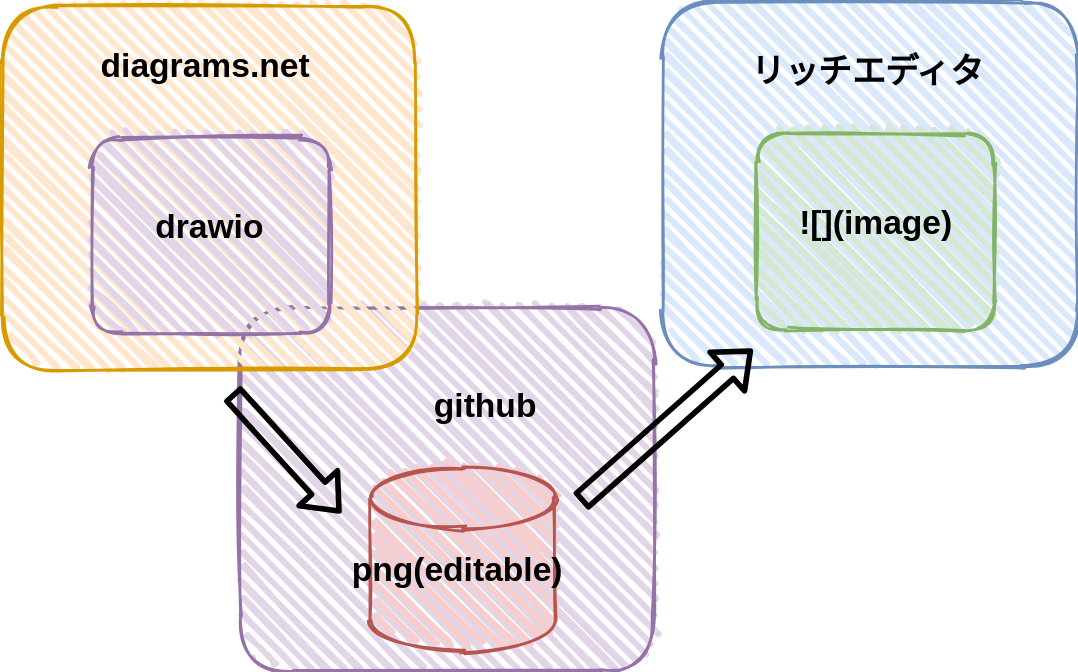
hankei6km/test_diagram.drawio keeps this draw.io diagram as save-as-editable-image.svg. Above is the earlier version. Source tidied: cells renumbered, new cells last; positions are measured from the earlier drawing's top-left corner, leaving out a move shared by most shapes. The source it was exported from:
```xml
<mxGraphModel>
  <root>
    <mxCell id="0" />
    <mxCell id="1" parent="0" />
    <mxCell id="2" style="rounded=1;whiteSpace=wrap;html=1;strokeWidth=2;fillWeight=4;hachureGap=8;hachureAngle=45;fillColor=#e1d5e7;sketch=1;strokeColor=#9673a6;fontStyle=1;" parent="1" vertex="1">
      <mxGeometry x="170" y="218" width="296" height="260" as="geometry" />
    </mxCell>
    <mxCell id="3" style="rounded=1;whiteSpace=wrap;html=1;strokeWidth=2;fillWeight=4;hachureGap=8;hachureAngle=45;fillColor=#ffe6cc;sketch=1;strokeColor=#d79b00;" parent="1" vertex="1">
      <mxGeometry y="3" width="296" height="260" as="geometry" />
    </mxCell>
    <mxCell id="4" style="rounded=1;whiteSpace=wrap;html=1;strokeWidth=2;fillWeight=4;hachureGap=8;hachureAngle=45;fillColor=#dae8fc;sketch=1;strokeColor=#6c8ebf;" parent="1" vertex="1">
      <mxGeometry x="472" width="296" height="260" as="geometry" />
    </mxCell>
    <mxCell id="5" value="リッチエディタ&lt;br&gt;" style="text;strokeColor=none;fillColor=none;html=1;fontSize=24;fontStyle=1;verticalAlign=middle;align=center;" parent="1" vertex="1">
      <mxGeometry x="568" y="30" width="100" height="40" as="geometry" />
    </mxCell>
    <mxCell id="6" style="rounded=1;whiteSpace=wrap;html=1;strokeWidth=2;fillWeight=4;hachureGap=8;hachureAngle=45;fillColor=#e1d5e7;sketch=1;strokeColor=#9673a6;" parent="1" vertex="1">
      <mxGeometry x="64" y="97" width="170" height="140" as="geometry" />
    </mxCell>
    <mxCell id="7" value="drawio" style="text;strokeColor=none;fillColor=none;html=1;fontSize=24;fontStyle=1;verticalAlign=middle;align=center;" parent="1" vertex="1">
      <mxGeometry x="98" y="141" width="100" height="40" as="geometry" />
    </mxCell>
    <mxCell id="8" value="diagrams.net" style="text;strokeColor=none;fillColor=none;html=1;fontSize=24;fontStyle=1;verticalAlign=middle;align=center;" parent="1" vertex="1">
      <mxGeometry x="95" y="26" width="100" height="40" as="geometry" />
    </mxCell>
    <mxCell id="9" style="rounded=1;whiteSpace=wrap;html=1;strokeWidth=2;fillWeight=4;hachureGap=8;hachureAngle=45;fillColor=#d5e8d4;sketch=1;strokeColor=#82b366;" parent="1" vertex="1">
      <mxGeometry x="539" y="94" width="170" height="140" as="geometry" />
    </mxCell>
    <mxCell id="10" style="shape=flexArrow;endArrow=classic;html=1;strokeWidth=4;" parent="1" edge="1">
      <mxGeometry relative="1" as="geometry">
        <mxPoint x="164" y="279.2" as="sourcePoint" />
        <mxPoint x="242" y="365" as="targetPoint" />
      </mxGeometry>
    </mxCell>
    <mxCell id="11" value="![](image)" style="text;strokeColor=none;fillColor=none;html=1;fontSize=24;fontStyle=1;verticalAlign=middle;align=center;" parent="1" vertex="1">
      <mxGeometry x="574" y="138" width="100" height="40" as="geometry" />
    </mxCell>
    <mxCell id="12" style="strokeWidth=2;html=1;shape=mxgraph.flowchart.database;whiteSpace=wrap;rounded=1;strokeColor=#b85450;fillColor=#f8cecc;sketch=1;fillWeight=4;hachureGap=8;hachureAngle=45;" parent="1" vertex="1">
      <mxGeometry x="263" y="332" width="132" height="132" as="geometry" />
    </mxCell>
    <mxCell id="13" style="shape=flexArrow;endArrow=classic;html=1;strokeWidth=4;" parent="1" edge="1">
      <mxGeometry relative="1" as="geometry">
        <mxPoint x="413" y="357" as="sourcePoint" />
        <mxPoint x="536" y="248" as="targetPoint" />
      </mxGeometry>
    </mxCell>
    <mxCell id="14" value="github" style="text;strokeColor=none;fillColor=none;html=1;fontSize=24;fontStyle=1;verticalAlign=middle;align=center;" parent="1" vertex="1">
      <mxGeometry x="295" y="269" width="100" height="40" as="geometry" />
    </mxCell>
    <mxCell id="15" value="png(editable)" style="text;strokeColor=none;fillColor=none;html=1;fontSize=24;fontStyle=1;verticalAlign=middle;align=center;" parent="1" vertex="1">
      <mxGeometry x="275" y="386" width="100" height="40" as="geometry" />
    </mxCell>
  </root>
</mxGraphModel>
```
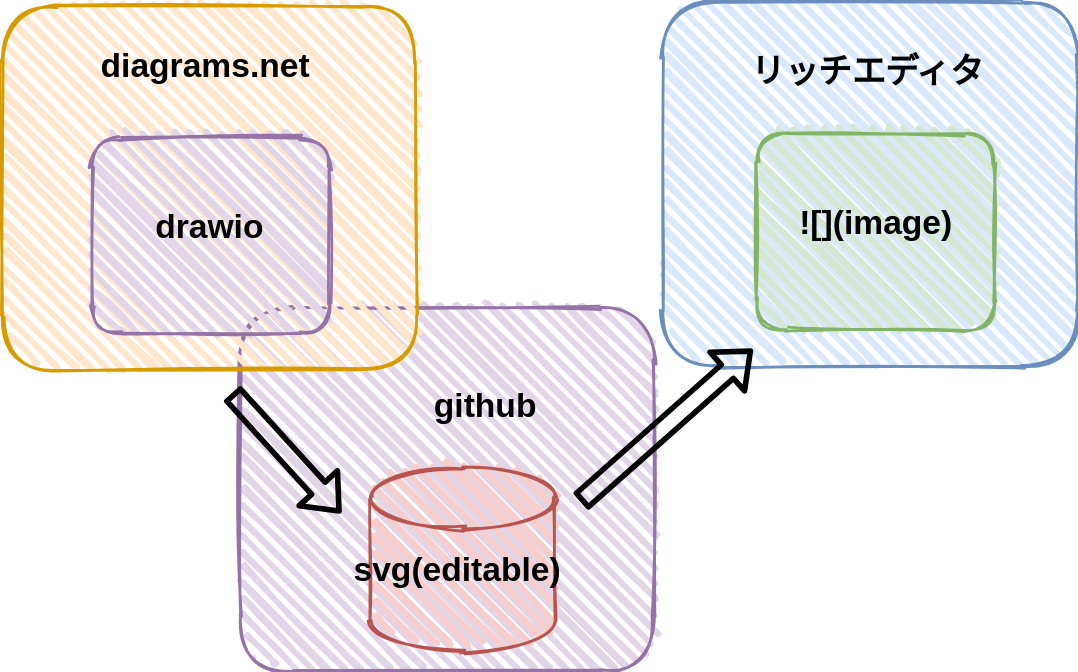
Above is the later version.

What changed in the source:
```diff
@@ -47,7 +47,7 @@
     <mxCell id="14" value="github" style="text;strokeColor=none;fillColor=none;html=1;fontSize=24;fontStyle=1;verticalAlign=middle;align=center;" parent="1" vertex="1">
       <mxGeometry x="295" y="269" width="100" height="40" as="geometry" />
     </mxCell>
-    <mxCell id="15" value="png(editable)" style="text;strokeColor=none;fillColor=none;html=1;fontSize=24;fontStyle=1;verticalAlign=middle;align=center;" parent="1" vertex="1">
+    <mxCell id="15" value="svg(editable)" style="text;strokeColor=none;fillColor=none;html=1;fontSize=24;fontStyle=1;verticalAlign=middle;align=center;" parent="1" vertex="1">
       <mxGeometry x="275" y="386" width="100" height="40" as="geometry" />
     </mxCell>
   </root>
```
